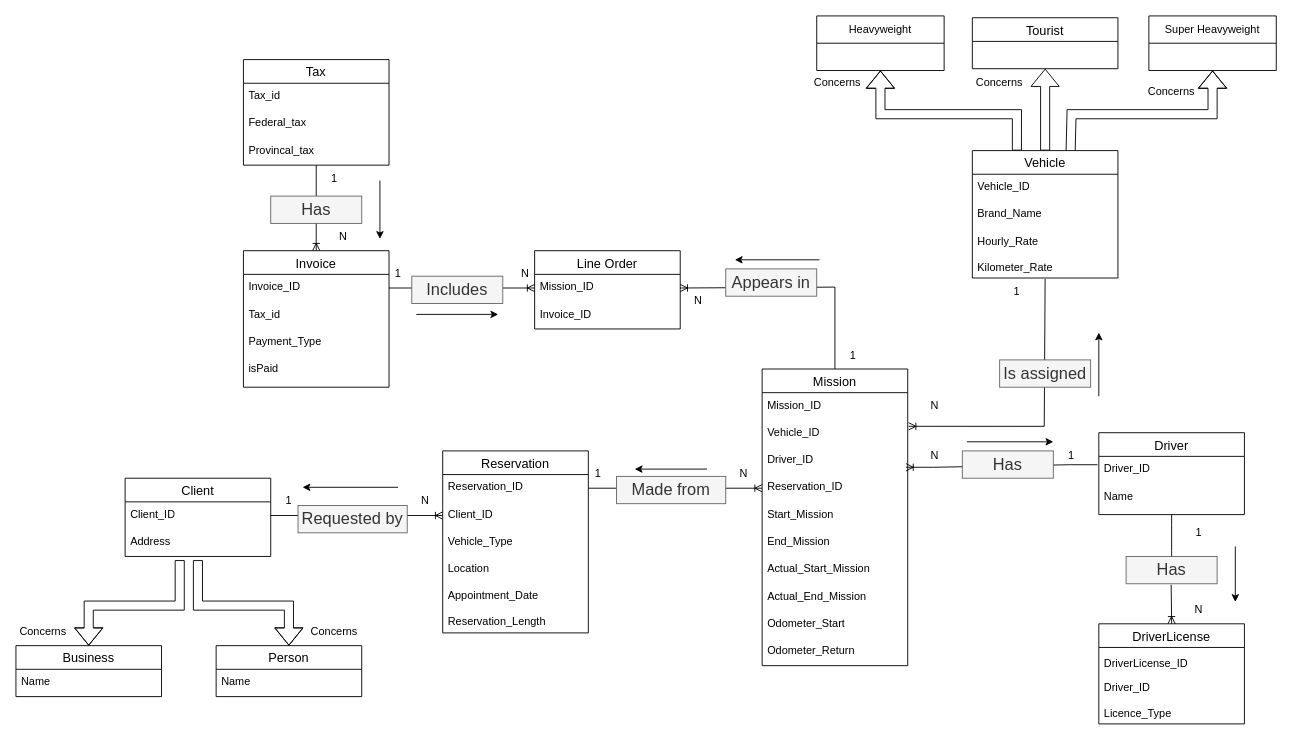
The draw.io diagram project_conceptual_new.drawio in Mishtec/Comp-Project, before the edit. Source tidied: cells renumbered, new cells numbered last; positions are measured from the earlier drawing's top-left corner, leaving out a move shared by most shapes. Both pictures are drawn from the tidied source at 91%, with x=0, y=0 at pixel (15, 15).
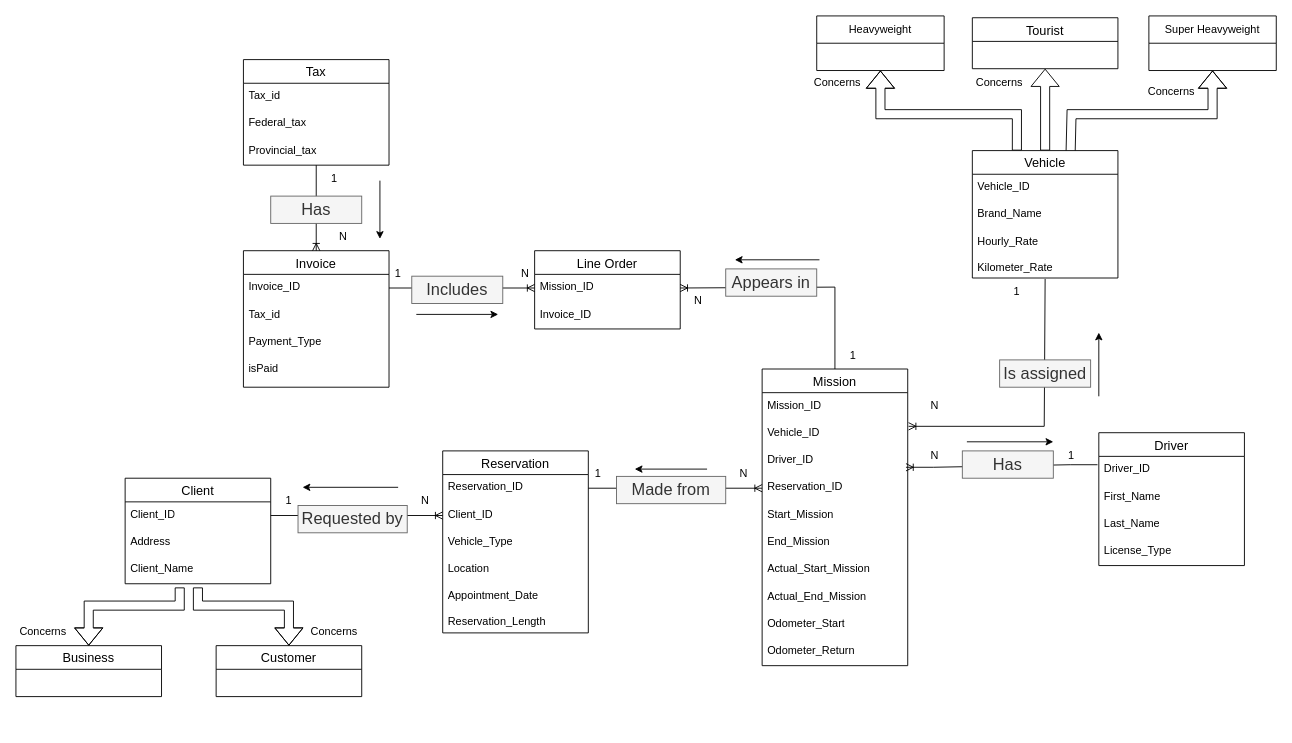
The same diagram, later.

Commit message:
Reverted driver license to be just a field in the Driver table.Moved client name into client table proper (all in conceptual)

The change refers to these unchanged cells:
```xml
<mxCell id="19" value="Address" style="text;strokeColor=none;fillColor=none;spacingLeft=4;spacingRight=4;overflow=hidden;points=[[0,0.5],[1,0.5]];portConstraint=eastwest;fontSize=12;whiteSpace=wrap;html=1;" parent="17" vertex="1">
  <mxGeometry y="56" width="160" height="30" as="geometry" />
</mxCell>
<mxCell id="20" value="Business" style="swimlane;fontStyle=0;horizontal=1;startSize=26;align=center;fontSize=14;" parent="1" vertex="1">
  <mxGeometry y="692" width="160" height="56" as="geometry" />
</mxCell>
<mxCell id="50" value="Tax" style="swimlane;fontStyle=0;horizontal=1;startSize=26;align=center;fontSize=14;" parent="1" vertex="1">
  <mxGeometry x="250" y="48" width="160" height="116" as="geometry" />
</mxCell>
```

The edit, as a diff of the source:
```diff
@@
     <mxCell id="14" value="Driver" style="swimlane;fontStyle=0;horizontal=1;startSize=26;align=center;fontSize=14;" parent="1" vertex="1">
-      <mxGeometry x="1190" y="458" width="160" height="90" as="geometry" />
+      <mxGeometry x="1190" y="458" width="160" height="146" as="geometry" />
     </mxCell>
@@
-    <mxCell id="16" value="&lt;div&gt;Name&lt;/div&gt;&lt;div&gt;&lt;br&gt;&lt;/div&gt;&lt;div&gt;&lt;br&gt;&lt;/div&gt;" style="text;strokeColor=none;fillColor=none;spacingLeft=4;spacingRight=4;overflow=hidden;points=[[0,0.5],[1,0.5]];portConstraint=eastwest;fontSize=12;whiteSpace=wrap;html=1;" parent="14" vertex="1">
-      <mxGeometry y="56" width="160" height="34" as="geometry" />
-    </mxCell>
+    <mxCell id="101" value="First_Name" style="text;strokeColor=none;fillColor=none;spacingLeft=4;spacingRight=4;overflow=hidden;fontSize=12;whiteSpace=wrap;html=1;" parent="14" vertex="1">
+      <mxGeometry y="56" width="160" height="30" as="geometry" />
+    </mxCell>
+    <mxCell id="102" value="Last_Name" style="text;strokeColor=none;fillColor=none;spacingLeft=4;spacingRight=4;overflow=hidden;fontSize=12;whiteSpace=wrap;html=1;" parent="14" vertex="1">
+      <mxGeometry y="86" width="160" height="30" as="geometry" />
+    </mxCell>
+    <mxCell id="103" value="License_Type" style="text;strokeColor=none;fillColor=none;spacingLeft=4;spacingRight=4;overflow=hidden;fontSize=12;whiteSpace=wrap;html=1;" parent="14" vertex="1">
+      <mxGeometry y="116" width="160" height="30" as="geometry" />
+    </mxCell>
     <mxCell id="17" value="Client" style="swimlane;fontStyle=0;horizontal=1;startSize=26;align=center;fontSize=14;" parent="1" vertex="1">
-      <mxGeometry x="120" y="508" width="160" height="86" as="geometry" />
+      <mxGeometry x="120" y="508" width="160" height="116" as="geometry" />
     </mxCell>
@@
+    <mxCell id="104" value="Client_Name" style="text;strokeColor=none;fillColor=none;spacingLeft=4;spacingRight=4;overflow=hidden;fontSize=12;whiteSpace=wrap;html=1;" parent="17" vertex="1">
+      <mxGeometry y="86" width="160" height="30" as="geometry" />
+    </mxCell>
@@
-    <mxCell id="21" value="Name" style="text;strokeColor=none;fillColor=none;spacingLeft=4;spacingRight=4;overflow=hidden;fontSize=12;whiteSpace=wrap;html=1;" parent="20" vertex="1">
-      <mxGeometry y="26" width="160" height="30" as="geometry" />
-    </mxCell>
-    <mxCell id="22" value="Person" style="swimlane;fontStyle=0;horizontal=1;startSize=26;align=center;fontSize=14;" parent="1" vertex="1">
+    <mxCell id="22" value="Customer" style="swimlane;fontStyle=0;horizontal=1;startSize=26;align=center;fontSize=14;" parent="1" vertex="1">
       <mxGeometry x="220" y="692" width="160" height="56" as="geometry" />
     </mxCell>
-    <mxCell id="23" value="Name" style="text;strokeColor=none;fillColor=none;spacingLeft=4;spacingRight=4;overflow=hidden;fontSize=12;whiteSpace=wrap;html=1;" parent="22" vertex="1">
-      <mxGeometry y="26" width="160" height="30" as="geometry" />
-    </mxCell>
@@
-    <mxCell id="53" value="Provincal_tax" style="text;strokeColor=none;fillColor=none;spacingLeft=4;spacingRight=4;overflow=hidden;fontSize=12;whiteSpace=wrap;html=1;" parent="50" vertex="1">
+    <mxCell id="53" value="Provincial_tax" style="text;strokeColor=none;fillColor=none;spacingLeft=4;spacingRight=4;overflow=hidden;fontSize=12;whiteSpace=wrap;html=1;" parent="50" vertex="1">
       <mxGeometry y="86" width="160" height="30" as="geometry" />
     </mxCell>
@@
-    <mxCell id="86" style="shape=flexArrow;endArrow=classic;html=1;rounded=0;exitX=0.375;exitY=1.133;exitDx=0;exitDy=0;exitPerimeter=0;entryX=0.5;entryY=0;entryDx=0;entryDy=0;" parent="1" edge="1" source="19" target="20">
+    <mxCell id="86" style="shape=flexArrow;endArrow=classic;html=1;rounded=0;exitX=0.375;exitY=1.133;exitDx=0;exitDy=0;exitPerimeter=0;entryX=0.5;entryY=0;entryDx=0;entryDy=0;" parent="1" edge="1" target="20">
       <mxGeometry relative="1" as="geometry">
+        <mxPoint x="180" y="628" as="sourcePoint" />
         <Array as="points">
           <mxPoint x="180" y="648" />
           <mxPoint x="80" y="648" />
         </Array>
       </mxGeometry>
     </mxCell>
-    <mxCell id="87" style="shape=flexArrow;endArrow=classic;html=1;rounded=0;entryX=0.5;entryY=0;entryDx=0;entryDy=0;" parent="1" edge="1" target="22">
+    <mxCell id="87" style="shape=flexArrow;endArrow=classic;html=1;rounded=0;entryX=0.5;entryY=0;entryDx=0;entryDy=0;exitX=0.5;exitY=1.133;exitDx=0;exitDy=0;exitPerimeter=0;" parent="1" edge="1" target="22">
       <mxGeometry relative="1" as="geometry">
-        <mxPoint x="200" y="598" as="sourcePoint" />
+        <mxPoint x="200" y="628" as="sourcePoint" />
         <Array as="points">
           <mxPoint x="200" y="648" />
           <mxPoint x="300" y="648" />
         </Array>
       </mxGeometry>
     </mxCell>
@@
-    <mxCell id="92" value="DriverLicense" style="swimlane;fontStyle=0;horizontal=1;startSize=26;align=center;fontSize=14;" parent="1" vertex="1">
-      <mxGeometry x="1190" y="668" width="160" height="110" as="geometry" />
-    </mxCell>
-    <mxCell id="93" value="&lt;font style=&quot;font-size: 12px;&quot;&gt;DriverLicense_ID&lt;/font&gt;" style="text;strokeColor=none;fillColor=none;spacingLeft=4;spacingRight=4;overflow=hidden;fontSize=16;whiteSpace=wrap;html=1;" parent="92" vertex="1">
-      <mxGeometry y="26" width="160" height="30" as="geometry" />
-    </mxCell>
-    <mxCell id="94" value="&lt;div style=&quot;font-size: 12px;&quot;&gt;&lt;font style=&quot;font-size: 12px;&quot;&gt;Driver_ID&lt;/font&gt;&lt;/div&gt;&lt;div style=&quot;font-size: 12px;&quot;&gt;&lt;font style=&quot;font-size: 12px;&quot;&gt;&lt;br&gt;&lt;/font&gt;&lt;/div&gt;&lt;div style=&quot;font-size: 12px;&quot;&gt;&lt;font style=&quot;font-size: 12px;&quot;&gt;Licence_Type&lt;/font&gt;&lt;br&gt;&lt;/div&gt;" style="text;strokeColor=none;fillColor=none;spacingLeft=4;spacingRight=4;overflow=hidden;fontSize=16;whiteSpace=wrap;html=1;" parent="92" vertex="1">
-      <mxGeometry y="56" width="160" height="54" as="geometry" />
-    </mxCell>
-    <mxCell id="95" value="1" style="text;html=1;strokeColor=none;fillColor=none;align=center;verticalAlign=middle;whiteSpace=wrap;rounded=0;" parent="1" vertex="1">
-      <mxGeometry x="1270" y="553" width="60" height="30" as="geometry" />
-    </mxCell>
-    <mxCell id="96" value="N" style="text;html=1;strokeColor=none;fillColor=none;align=center;verticalAlign=middle;whiteSpace=wrap;rounded=0;" parent="1" vertex="1">
-      <mxGeometry x="1270" y="638" width="60" height="30" as="geometry" />
-    </mxCell>
-    <mxCell id="97" style="endArrow=classic;html=1;rounded=0;" parent="1" edge="1">
-      <mxGeometry relative="1" as="geometry">
-        <mxPoint x="1340" y="583" as="sourcePoint" />
-        <mxPoint x="1340" y="644" as="targetPoint" />
-      </mxGeometry>
-    </mxCell>
-    <mxCell id="98" style="fontSize=12;html=1;endArrow=ERoneToMany;rounded=0;entryX=0.5;entryY=0;entryDx=0;entryDy=0;exitX=0.495;exitY=1.035;exitDx=0;exitDy=0;exitPerimeter=0;" parent="1" edge="1" source="99" target="92">
-      <mxGeometry relative="1" as="geometry" />
-    </mxCell>
-    <mxCell id="99" value="&lt;font style=&quot;font-size: 18px;&quot;&gt;Has&lt;/font&gt;" style="text;html=1;strokeColor=#666666;fillColor=#f5f5f5;align=center;verticalAlign=middle;whiteSpace=wrap;rounded=0;fontColor=#333333;" parent="1" vertex="1">
-      <mxGeometry x="1220" y="594" width="100" height="30" as="geometry" />
-    </mxCell>
-    <mxCell id="100" style="endArrow=none;html=1;rounded=0;fontSize=12;startSize=8;endSize=8;curved=1;exitX=0.5;exitY=0;exitDx=0;exitDy=0;entryX=0.5;entryY=1;entryDx=0;entryDy=0;entryPerimeter=0;" parent="1" edge="1" source="99" target="16">
-      <mxGeometry relative="1" as="geometry" />
-    </mxCell>
```
